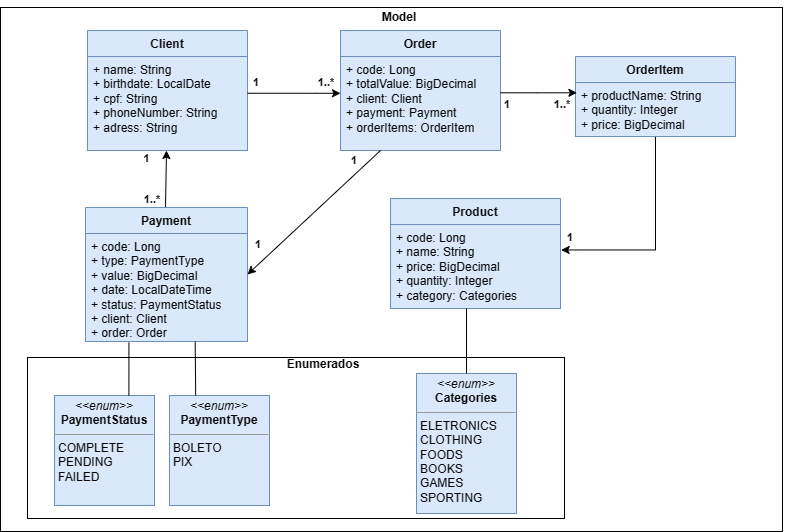
Before: uml-class.png, a diagram exported from draw.io (mateusf-prog/PROJECT-commerce-management-system). Source tidied: cells renumbered, new cells last; positions are measured from the earlier drawing's top-left corner, leaving out a move shared by most shapes.
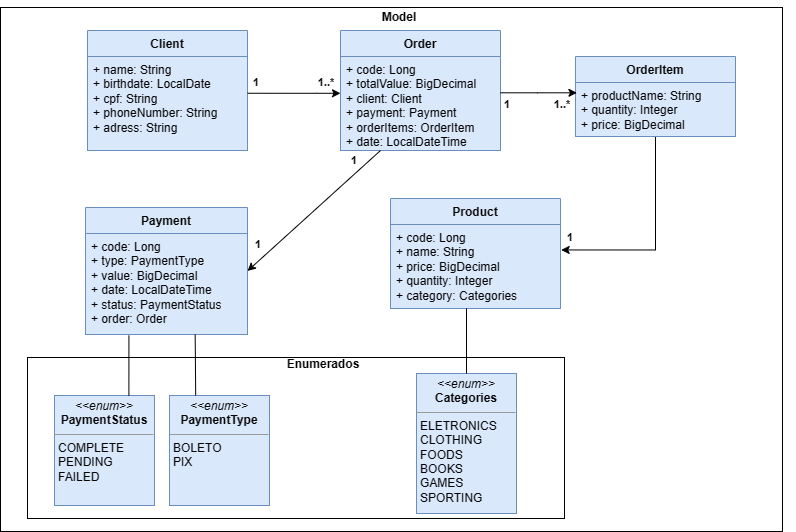
Above is the later version.

Commit message:
updating uml-class, updating model relationships

Diff of the diagram source:
```diff
@@ -20,7 +20,7 @@
     <mxCell id="7" value="Order" style="swimlane;fontStyle=1;align=center;verticalAlign=top;horizontal=1;startSize=26;whiteSpace=wrap;html=1;fillColor=#dae8fc;strokeColor=#6c8ebf;" parent="2" vertex="1">
       <mxGeometry x="327" y="30" width="160" height="120" as="geometry" />
     </mxCell>
-    <mxCell id="8" value="+ code: Long&lt;br&gt;+ totalValue: BigDecimal&lt;br&gt;+ client: Client&lt;br&gt;+ payment: Payment&lt;br&gt;+ orderItems: OrderItem" style="text;strokeColor=#6c8ebf;fillColor=#dae8fc;align=left;verticalAlign=top;spacingLeft=4;spacingRight=4;overflow=hidden;points=[[0,0.5],[1,0.5]];portConstraint=eastwest;whiteSpace=wrap;html=1;" parent="7" vertex="1">
+    <mxCell id="8" value="+ code: Long&lt;br&gt;+ totalValue: BigDecimal&lt;br&gt;+ client: Client&lt;br&gt;+ payment: Payment&lt;br&gt;+ orderItems: OrderItem&lt;br&gt;+ date: LocalDateTime" style="text;strokeColor=#6c8ebf;fillColor=#dae8fc;align=left;verticalAlign=top;spacingLeft=4;spacingRight=4;overflow=hidden;points=[[0,0.5],[1,0.5]];portConstraint=eastwest;whiteSpace=wrap;html=1;" parent="7" vertex="1">
       <mxGeometry y="26" width="160" height="94" as="geometry" />
     </mxCell>
     <mxCell id="9" style="edgeStyle=orthogonalEdgeStyle;rounded=0;jettySize=auto;html=1;entryX=1.004;entryY=0.303;entryDx=0;entryDy=0;entryPerimeter=0;" parent="2" edge="1" source="10" target="16">
@@ -32,20 +32,11 @@
     <mxCell id="11" value="+ productName: String&lt;br&gt;+ quantity: Integer&lt;br&gt;+ price: BigDecimal" style="text;strokeColor=#6c8ebf;fillColor=#dae8fc;align=left;verticalAlign=top;spacingLeft=4;spacingRight=4;overflow=hidden;points=[[0,0.5],[1,0.5]];portConstraint=eastwest;whiteSpace=wrap;html=1;" parent="10" vertex="1">
       <mxGeometry y="26" width="160" height="54" as="geometry" />
     </mxCell>
-    <mxCell id="12" style="edgeStyle=orthogonalEdgeStyle;rounded=0;orthogonalLoop=1;jettySize=auto;html=1;entryX=0.5;entryY=1;entryDx=0;entryDy=0;" parent="2" edge="1">
-      <mxGeometry relative="1" as="geometry">
-        <mxPoint x="152" y="207" as="sourcePoint" />
-        <mxPoint x="153" y="150" as="targetPoint" />
-        <Array as="points">
-          <mxPoint x="153" y="207" />
-        </Array>
-      </mxGeometry>
-    </mxCell>
     <mxCell id="13" value="Payment" style="swimlane;fontStyle=1;align=center;verticalAlign=top;horizontal=1;startSize=26;whiteSpace=wrap;html=1;fillColor=#dae8fc;strokeColor=#6c8ebf;" parent="2" vertex="1">
-      <mxGeometry x="72" y="207" width="162" height="134" as="geometry" />
+      <mxGeometry x="72" y="207" width="162" height="127" as="geometry" />
     </mxCell>
-    <mxCell id="14" value="+ code: Long&lt;br&gt;+ type:&amp;nbsp;PaymentType&lt;br&gt;+ value: BigDecimal&lt;br&gt;+ date: LocalDateTime&lt;br&gt;+ status: PaymentStatus&lt;br&gt;+ client: Client&lt;br&gt;+ order: Order" style="text;strokeColor=#6c8ebf;fillColor=#dae8fc;align=left;verticalAlign=top;spacingLeft=4;spacingRight=4;overflow=hidden;points=[[0,0.5],[1,0.5]];portConstraint=eastwest;whiteSpace=wrap;html=1;" parent="13" vertex="1">
-      <mxGeometry y="26" width="162" height="108" as="geometry" />
+    <mxCell id="14" value="+ code: Long&lt;br&gt;+ type:&amp;nbsp;PaymentType&lt;br&gt;+ value: BigDecimal&lt;br&gt;+ date: LocalDateTime&lt;br&gt;+ status: PaymentStatus&lt;br&gt;+ order: Order" style="text;strokeColor=#6c8ebf;fillColor=#dae8fc;align=left;verticalAlign=top;spacingLeft=4;spacingRight=4;overflow=hidden;points=[[0,0.5],[1,0.5]];portConstraint=eastwest;whiteSpace=wrap;html=1;" parent="13" vertex="1">
+      <mxGeometry y="26" width="162" height="101" as="geometry" />
     </mxCell>
     <mxCell id="15" value="Product" style="swimlane;fontStyle=1;align=center;verticalAlign=top;horizontal=1;startSize=26;whiteSpace=wrap;html=1;fillColor=#dae8fc;strokeColor=#6c8ebf;" parent="2" vertex="1">
       <mxGeometry x="377" y="198" width="170" height="110" as="geometry" />
@@ -85,12 +76,6 @@
     <mxCell id="25" value="&lt;b style=&quot;font-size: 11px;&quot;&gt;1&lt;/b&gt;" style="text;html=1;strokeColor=none;fillColor=none;align=center;verticalAlign=middle;whiteSpace=wrap;rounded=0;fontSize=11;" parent="2" vertex="1">
       <mxGeometry x="236" y="72" width="14" height="20" as="geometry" />
     </mxCell>
-    <mxCell id="26" value="&lt;b&gt;&lt;font style=&quot;font-size: 11px;&quot;&gt;1&lt;/font&gt;&lt;/b&gt;" style="text;html=1;strokeColor=none;fillColor=none;align=center;verticalAlign=middle;whiteSpace=wrap;rounded=0;" parent="2" vertex="1">
-      <mxGeometry x="119" y="154" width="29" height="8" as="geometry" />
-    </mxCell>
-    <mxCell id="27" value="&lt;b&gt;&lt;font style=&quot;font-size: 11px;&quot;&gt;1..*&lt;/font&gt;&lt;/b&gt;" style="text;html=1;strokeColor=none;fillColor=none;align=center;verticalAlign=middle;whiteSpace=wrap;rounded=0;" parent="2" vertex="1">
-      <mxGeometry x="122" y="193" width="34" height="11" as="geometry" />
-    </mxCell>
     <mxCell id="28" value="&lt;b style=&quot;font-size: 11px;&quot;&gt;1&lt;/b&gt;" style="text;html=1;strokeColor=none;fillColor=none;align=center;verticalAlign=middle;whiteSpace=wrap;rounded=0;fontSize=11;" parent="2" vertex="1">
       <mxGeometry x="238" y="234" width="14" height="20" as="geometry" />
     </mxCell>
```
